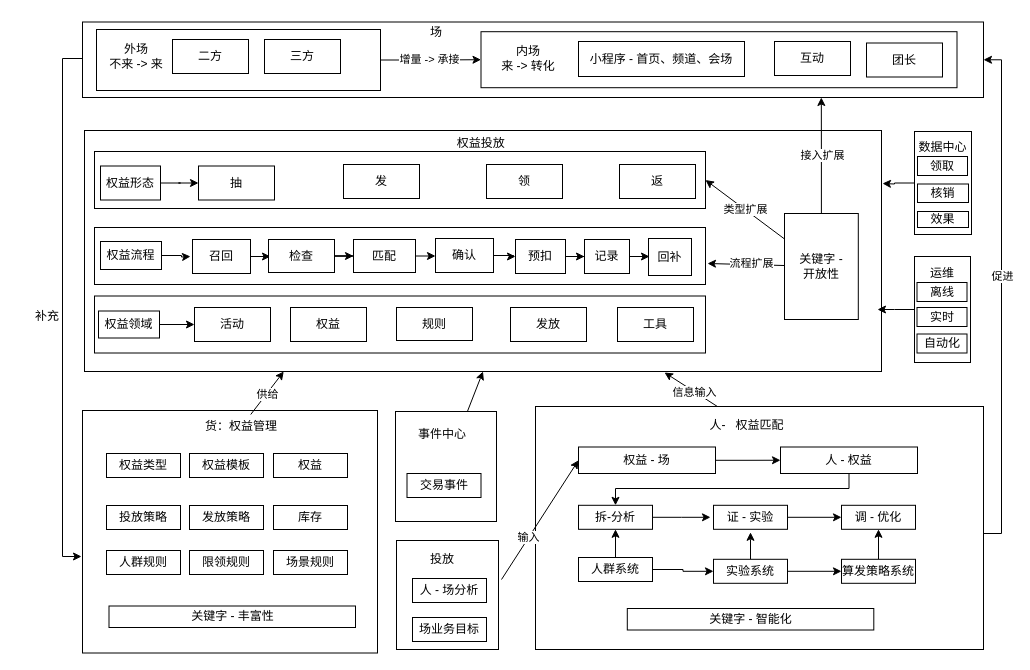
xzl1428288773/xiaoshuai keeps this draw.io diagram as page "第 1 页" (1 of 2) of study.drawio. Above is the earlier version. Source tidied: cells renumbered, new cells numbered last; positions are measured from the earlier drawing's top-left corner, leaving out a move shared by most shapes. Both pictures are drawn from the tidied source at 100%, with x=0, y=0 at pixel (17, 17).
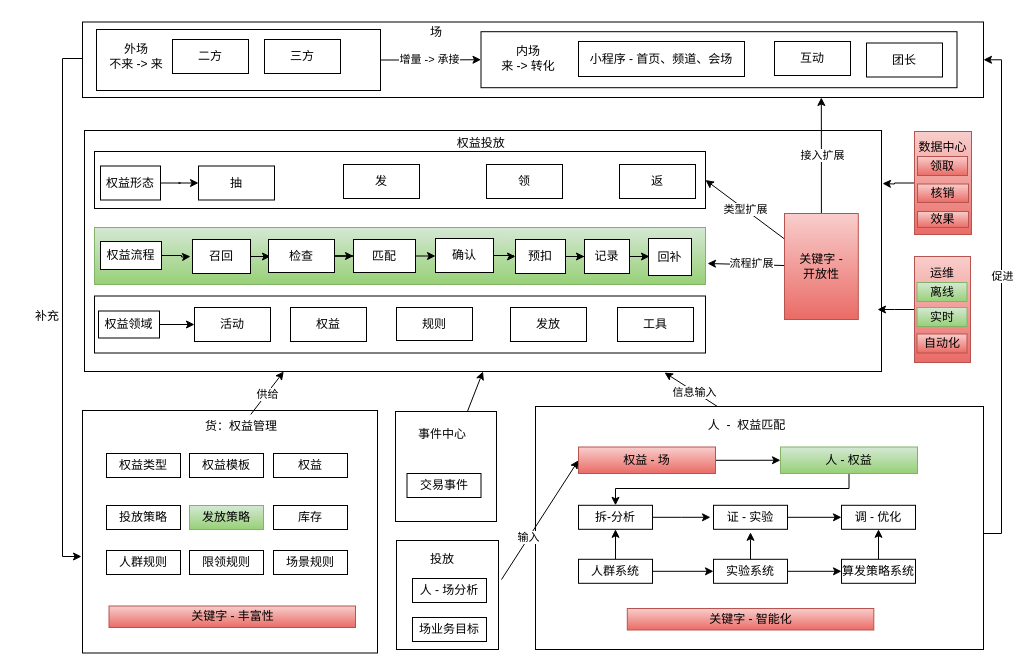
The same page after the edit.

Change to the diagram source:
```diff
@@
-    <mxCell id="21" value="关键字 - &lt;br&gt;开放性" style="rounded=0;whiteSpace=wrap;html=1;" parent="1" vertex="1">
+    <mxCell id="21" value="关键字 - &lt;br&gt;开放性" style="rounded=0;whiteSpace=wrap;html=1;fillColor=#f8cecc;strokeColor=#b85450;gradientColor=#ea6b66;" parent="1" vertex="1">
       <mxGeometry x="767" y="196" width="73.8" height="106" as="geometry" />
     </mxCell>
@@
-    <mxCell id="30" style="rounded=0;whiteSpace=wrap;html=1;" parent="1" vertex="1">
+    <mxCell id="30" style="rounded=0;whiteSpace=wrap;html=1;fillColor=#d5e8d4;gradientColor=#97d077;strokeColor=#82b366;" parent="1" vertex="1">
       <mxGeometry x="77" y="210" width="611" height="57" as="geometry" />
     </mxCell>
@@
-    <mxCell id="57" value="数据中心&lt;br&gt;&lt;br&gt;&lt;br&gt;&lt;br&gt;&lt;br&gt;&lt;br&gt;" style="rounded=0;whiteSpace=wrap;html=1;" parent="1" vertex="1">
+    <mxCell id="57" value="数据中心&lt;br&gt;&lt;br&gt;&lt;br&gt;&lt;br&gt;&lt;br&gt;&lt;br&gt;" style="rounded=0;whiteSpace=wrap;html=1;fillColor=#f8cecc;gradientColor=#ea6b66;strokeColor=#b85450;" parent="1" vertex="1">
       <mxGeometry x="897" y="114" width="57" height="103" as="geometry" />
     </mxCell>
@@
-    <mxCell id="59" value="运维&lt;br&gt;&lt;br&gt;&lt;br&gt;&lt;br&gt;&lt;br&gt;&lt;br&gt;" style="rounded=0;whiteSpace=wrap;html=1;" parent="1" vertex="1">
+    <mxCell id="59" value="运维&lt;br&gt;&lt;br&gt;&lt;br&gt;&lt;br&gt;&lt;br&gt;&lt;br&gt;" style="rounded=0;whiteSpace=wrap;html=1;fillColor=#f8cecc;gradientColor=#ea6b66;strokeColor=#b85450;" parent="1" vertex="1">
       <mxGeometry x="897" y="239" width="56" height="106" as="geometry" />
     </mxCell>
-    <mxCell id="60" value="领取" style="rounded=0;whiteSpace=wrap;html=1;" parent="1" vertex="1">
+    <mxCell id="60" value="领取" style="rounded=0;whiteSpace=wrap;html=1;fillColor=#f8cecc;gradientColor=#ea6b66;strokeColor=#b85450;" parent="1" vertex="1">
       <mxGeometry x="900" y="139" width="50" height="19" as="geometry" />
     </mxCell>
-    <mxCell id="61" value="核销" style="rounded=0;whiteSpace=wrap;html=1;" parent="1" vertex="1">
+    <mxCell id="61" value="核销" style="rounded=0;whiteSpace=wrap;html=1;fillColor=#f8cecc;gradientColor=#ea6b66;strokeColor=#b85450;" parent="1" vertex="1">
       <mxGeometry x="900" y="166.5" width="51" height="18.5" as="geometry" />
     </mxCell>
-    <mxCell id="62" value="效果" style="rounded=0;whiteSpace=wrap;html=1;" parent="1" vertex="1">
+    <mxCell id="62" value="效果" style="rounded=0;whiteSpace=wrap;html=1;fillColor=#f8cecc;gradientColor=#ea6b66;strokeColor=#b85450;" parent="1" vertex="1">
       <mxGeometry x="900" y="194" width="51" height="16" as="geometry" />
     </mxCell>
-    <mxCell id="63" value="离线" style="rounded=0;whiteSpace=wrap;html=1;" parent="1" vertex="1">
+    <mxCell id="63" value="离线" style="rounded=0;whiteSpace=wrap;html=1;fillColor=#d5e8d4;gradientColor=#97d077;strokeColor=#82b366;" parent="1" vertex="1">
       <mxGeometry x="899.5" y="265" width="50" height="19" as="geometry" />
     </mxCell>
-    <mxCell id="64" value="实时" style="rounded=0;whiteSpace=wrap;html=1;" parent="1" vertex="1">
+    <mxCell id="64" value="实时" style="rounded=0;whiteSpace=wrap;html=1;fillColor=#d5e8d4;gradientColor=#97d077;strokeColor=#82b366;" parent="1" vertex="1">
       <mxGeometry x="899.5" y="290" width="50" height="19" as="geometry" />
     </mxCell>
-    <mxCell id="65" value="自动化" style="rounded=0;whiteSpace=wrap;html=1;" parent="1" vertex="1">
+    <mxCell id="65" value="自动化" style="rounded=0;whiteSpace=wrap;html=1;fillColor=#f8cecc;gradientColor=#ea6b66;strokeColor=#b85450;" parent="1" vertex="1">
       <mxGeometry x="899.5" y="316.5" width="50" height="19" as="geometry" />
     </mxCell>
@@
-    <mxCell id="77" value="发放策略" style="rounded=0;whiteSpace=wrap;html=1;" parent="1" vertex="1">
+    <mxCell id="77" value="发放策略" style="rounded=0;whiteSpace=wrap;html=1;fillColor=#d5e8d4;gradientColor=#97d077;strokeColor=#82b366;" parent="1" vertex="1">
       <mxGeometry x="172" y="488" width="74" height="24" as="geometry" />
     </mxCell>
@@
-    <mxCell id="85" value="关键字 - 丰富性" style="rounded=0;whiteSpace=wrap;html=1;" parent="1" vertex="1">
+    <mxCell id="85" value="关键字 - 丰富性" style="rounded=0;whiteSpace=wrap;html=1;fillColor=#f8cecc;strokeColor=#b85450;gradientColor=#ea6b66;" parent="1" vertex="1">
       <mxGeometry x="91.5" y="588.5" width="246.5" height="21.5" as="geometry" />
     </mxCell>
@@
-    <mxCell id="95" value="人 - 权益" style="rounded=0;whiteSpace=wrap;html=1;" parent="1" vertex="1">
+    <mxCell id="95" value="人 - 权益" style="rounded=0;whiteSpace=wrap;html=1;fillColor=#d5e8d4;gradientColor=#97d077;strokeColor=#82b366;" parent="1" vertex="1">
       <mxGeometry x="763" y="429.5" width="137" height="26.5" as="geometry" />
     </mxCell>
@@
     <mxCell id="101" value="人群系统" style="rounded=0;whiteSpace=wrap;html=1;" parent="1" vertex="1">
-      <mxGeometry x="561" y="540" width="74" height="24" as="geometry" />
+      <mxGeometry x="561" y="541.8" width="74" height="24" as="geometry" />
     </mxCell>
@@
-    <mxCell id="109" value="人-&amp;nbsp; &amp;nbsp;权益匹配" style="text;html=1;strokeColor=none;fillColor=none;align=center;verticalAlign=middle;whiteSpace=wrap;rounded=0;" parent="1" vertex="1">
+    <mxCell id="109" value="人&amp;nbsp; -&amp;nbsp; 权益匹配" style="text;html=1;strokeColor=none;fillColor=none;align=center;verticalAlign=middle;whiteSpace=wrap;rounded=0;" parent="1" vertex="1">
       <mxGeometry x="680" y="397" width="99" height="21" as="geometry" />
     </mxCell>
-    <mxCell id="110" value="关键字 - 智能化" style="rounded=0;whiteSpace=wrap;html=1;" parent="1" vertex="1">
+    <mxCell id="110" value="关键字 - 智能化" style="rounded=0;whiteSpace=wrap;html=1;fillColor=#f8cecc;strokeColor=#b85450;gradientColor=#ea6b66;" parent="1" vertex="1">
       <mxGeometry x="609.8" y="591" width="246.5" height="21.5" as="geometry" />
     </mxCell>
@@
-    <mxCell id="112" value="权益 - 场" style="rounded=0;whiteSpace=wrap;html=1;" parent="1" vertex="1">
+    <mxCell id="112" value="权益 - 场" style="rounded=0;whiteSpace=wrap;html=1;fillColor=#f8cecc;strokeColor=#b85450;gradientColor=#ea6b66;" parent="1" vertex="1">
       <mxGeometry x="561" y="429.5" width="137" height="26.5" as="geometry" />
     </mxCell>
```
